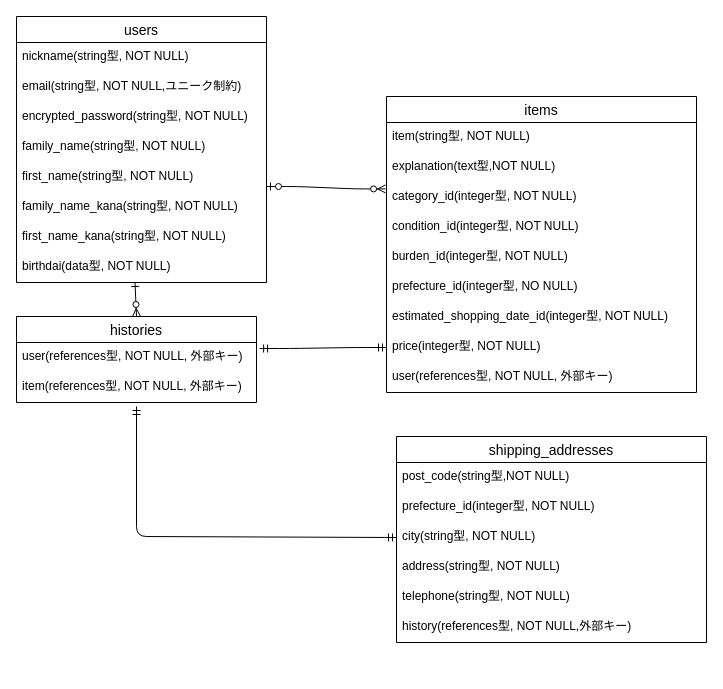
The draw.io diagram ER.dio in hirashige/furima-40175, before the edit. Source tidied: cells renumbered, new cells numbered last; positions are measured from the earlier drawing's top-left corner, leaving out a move shared by most shapes. Both pictures are drawn from the tidied source at 100%, with x=0, y=0 at pixel (16, 16).
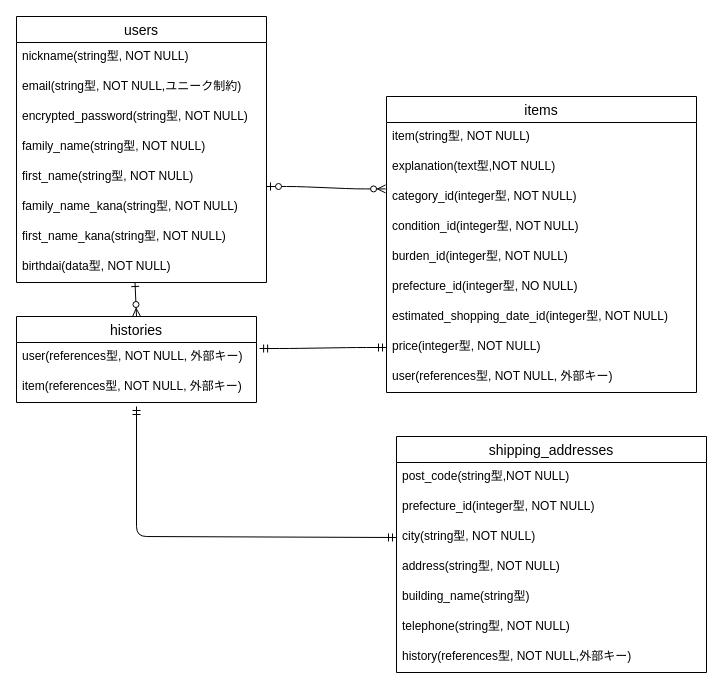
Above is the later version.

Commit message (it also covers changes not shown here):
ER図とREADMEの修正

The edit, as a diff of the source:
```diff
@@
     <mxCell id="25" value="shipping_addresses" style="swimlane;fontStyle=0;horizontal=1;startSize=26;align=center;fontSize=14;" parent="1" vertex="1">
-      <mxGeometry x="380" y="420" width="310" height="206" as="geometry" />
+      <mxGeometry x="380" y="420" width="310" height="236" as="geometry" />
     </mxCell>
@@
+    <mxCell id="36" value="building_name(string型)" style="text;strokeColor=none;fillColor=none;spacingLeft=4;spacingRight=4;overflow=hidden;fontSize=12;" parent="25" vertex="1">
+      <mxGeometry y="146" width="310" height="30" as="geometry" />
+    </mxCell>
     <mxCell id="30" value="telephone(string型, NOT NULL)" style="text;strokeColor=none;fillColor=none;spacingLeft=4;spacingRight=4;overflow=hidden;fontSize=12;" parent="25" vertex="1">
-      <mxGeometry y="146" width="310" height="30" as="geometry" />
+      <mxGeometry y="176" width="310" height="30" as="geometry" />
     </mxCell>
     <mxCell id="31" value="history(references型, NOT NULL,外部キー)" style="text;strokeColor=none;fillColor=none;spacingLeft=4;spacingRight=4;overflow=hidden;fontSize=12;" parent="25" vertex="1">
-      <mxGeometry y="176" width="310" height="30" as="geometry" />
+      <mxGeometry y="206" width="310" height="30" as="geometry" />
     </mxCell>
```
